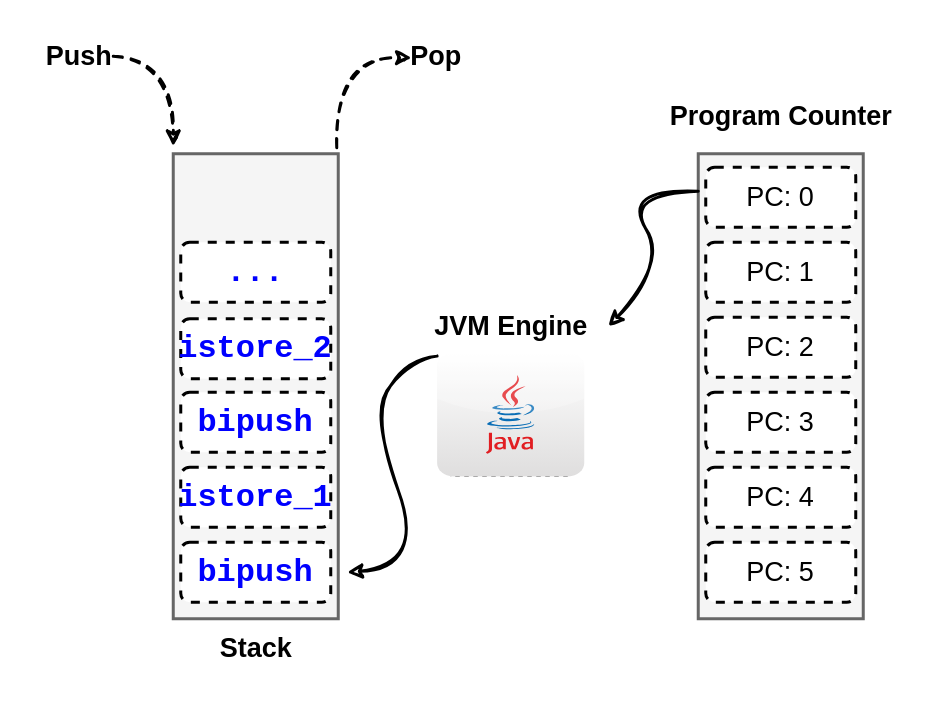
Earlier version of the draw.io diagram jvm-pc-bytecode.drawio (auula/draw.io). Source tidied: cells renumbered, new cells numbered last; positions are measured from the earlier drawing's top-left corner, leaving out a move shared by most shapes. Both pictures are drawn from the tidied source at 150%, with x=0, y=0 at pixel (26, 26). Pictures stored in the file or linked from it are replaced by grey dashed boxes.
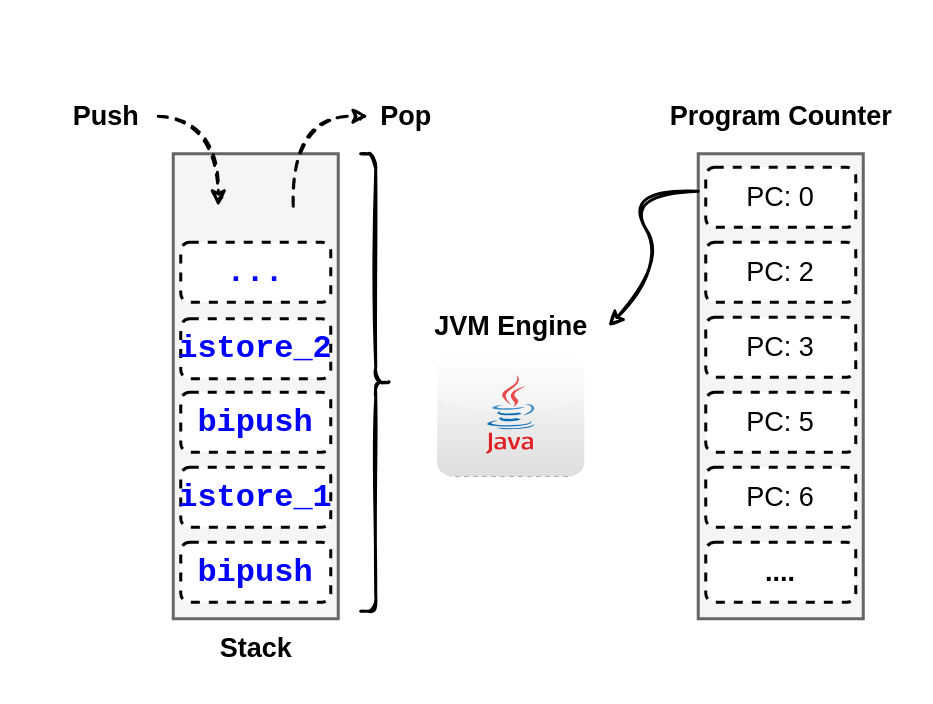
The same diagram, later.

The change refers to these unchanged cells:
```xml
<mxCell id="13" style="dashed=0;outlineConnect=0;html=1;align=center;labelPosition=center;verticalLabelPosition=bottom;verticalAlign=top;shape=mxgraph.webicons.java;gradientColor=#DFDEDE;sketch=0;strokeColor=#00CC00;strokeWidth=2;fontSize=18;" parent="1" vertex="1">
  <mxGeometry x="273.9" y="217.8" width="98.1" height="82.2" as="geometry" />
</mxCell>
```

Change to the diagram source:
```diff
@@
-    <mxCell id="7" value="PC: 1" style="rounded=1;whiteSpace=wrap;html=1;sketch=0;strokeWidth=2;fontSize=18;dashed=1;" parent="1" vertex="1">
+    <mxCell id="7" value="PC: 2" style="rounded=1;whiteSpace=wrap;html=1;sketch=0;strokeWidth=2;fontSize=18;dashed=1;" parent="1" vertex="1">
       <mxGeometry x="453" y="144" width="100" height="40" as="geometry" />
     </mxCell>
-    <mxCell id="8" value="PC: 2" style="rounded=1;whiteSpace=wrap;html=1;sketch=0;strokeWidth=2;fontSize=18;dashed=1;" parent="1" vertex="1">
+    <mxCell id="8" value="PC: 3" style="rounded=1;whiteSpace=wrap;html=1;sketch=0;strokeWidth=2;fontSize=18;dashed=1;" parent="1" vertex="1">
       <mxGeometry x="453" y="194" width="100" height="40" as="geometry" />
     </mxCell>
-    <mxCell id="9" value="PC: 3" style="rounded=1;whiteSpace=wrap;html=1;sketch=0;strokeWidth=2;fontSize=18;dashed=1;" parent="1" vertex="1">
+    <mxCell id="9" value="PC: 5" style="rounded=1;whiteSpace=wrap;html=1;sketch=0;strokeWidth=2;fontSize=18;dashed=1;" parent="1" vertex="1">
       <mxGeometry x="453" y="244" width="100" height="40" as="geometry" />
     </mxCell>
-    <mxCell id="10" value="PC: 4" style="rounded=1;whiteSpace=wrap;html=1;sketch=0;strokeWidth=2;fontSize=18;dashed=1;" parent="1" vertex="1">
+    <mxCell id="10" value="PC: 6" style="rounded=1;whiteSpace=wrap;html=1;sketch=0;strokeWidth=2;fontSize=18;dashed=1;" parent="1" vertex="1">
       <mxGeometry x="453" y="294" width="100" height="40" as="geometry" />
     </mxCell>
-    <mxCell id="11" value="PC: 5" style="rounded=1;whiteSpace=wrap;html=1;sketch=0;strokeWidth=2;fontSize=18;dashed=1;" parent="1" vertex="1">
+    <mxCell id="11" value="&lt;b&gt;....&lt;/b&gt;" style="rounded=1;whiteSpace=wrap;html=1;sketch=0;strokeWidth=2;fontSize=18;dashed=1;" parent="1" vertex="1">
       <mxGeometry x="453" y="344" width="100" height="40" as="geometry" />
     </mxCell>
@@
-    <mxCell id="22" style="curved=1;endArrow=classic;html=1;rounded=0;sketch=1;strokeWidth=2;fontSize=18;" parent="1" edge="1" source="13">
-      <mxGeometry relative="1" as="geometry">
-        <mxPoint x="213.9" y="364" as="targetPoint" />
-        <Array as="points">
-          <mxPoint x="274" y="220" />
-          <mxPoint x="258" y="220" />
-          <mxPoint x="228" y="259" />
-          <mxPoint x="268" y="360" />
-        </Array>
-      </mxGeometry>
-    </mxCell>
     <mxCell id="23" style="curved=1;endArrow=classic;html=1;rounded=0;sketch=1;strokeWidth=2;fontSize=18;dashed=1;" parent="1" edge="1">
       <mxGeometry relative="1" as="geometry">
-        <mxPoint x="207" y="81" as="sourcePoint" />
-        <mxPoint x="257" y="21" as="targetPoint" />
+        <mxPoint x="178" y="120" as="sourcePoint" />
+        <mxPoint x="228" y="60" as="targetPoint" />
         <Array as="points">
-          <mxPoint x="207" y="21" />
+          <mxPoint x="178" y="60" />
         </Array>
       </mxGeometry>
     </mxCell>
     <mxCell id="24" style="curved=1;endArrow=classic;html=1;rounded=0;sketch=1;strokeWidth=2;fontSize=18;dashed=1;" parent="1" edge="1">
       <mxGeometry relative="1" as="geometry">
-        <mxPoint x="58" y="20" as="sourcePoint" />
-        <mxPoint x="98" y="80" as="targetPoint" />
+        <mxPoint x="88" y="60" as="sourcePoint" />
+        <mxPoint x="128" y="120" as="targetPoint" />
         <Array as="points">
-          <mxPoint x="98" y="20" />
+          <mxPoint x="128" y="60" />
         </Array>
       </mxGeometry>
     </mxCell>
     <mxCell id="25" value="&lt;b&gt;Push&lt;/b&gt;" style="text;html=1;align=center;verticalAlign=middle;strokeColor=none;fillColor=none;fontSize=18;" parent="1" vertex="1">
-      <mxGeometry width="70" height="40" as="geometry" />
+      <mxGeometry x="18" y="40" width="70" height="40" as="geometry" />
     </mxCell>
     <mxCell id="26" value="&lt;b&gt;Pop&lt;/b&gt;" style="text;html=1;align=center;verticalAlign=middle;strokeColor=none;fillColor=none;fontSize=18;" parent="1" vertex="1">
-      <mxGeometry x="243" width="60" height="40" as="geometry" />
+      <mxGeometry x="223" y="40" width="60" height="40" as="geometry" />
     </mxCell>
+    <mxCell id="27" style="shape=curlyBracket;whiteSpace=wrap;html=1;rounded=1;flipH=1;labelPosition=right;verticalLabelPosition=middle;align=left;verticalAlign=middle;strokeWidth=2;sketch=1;" parent="1" vertex="1">
+      <mxGeometry x="223" y="85" width="20" height="305" as="geometry" />
+    </mxCell>
```
